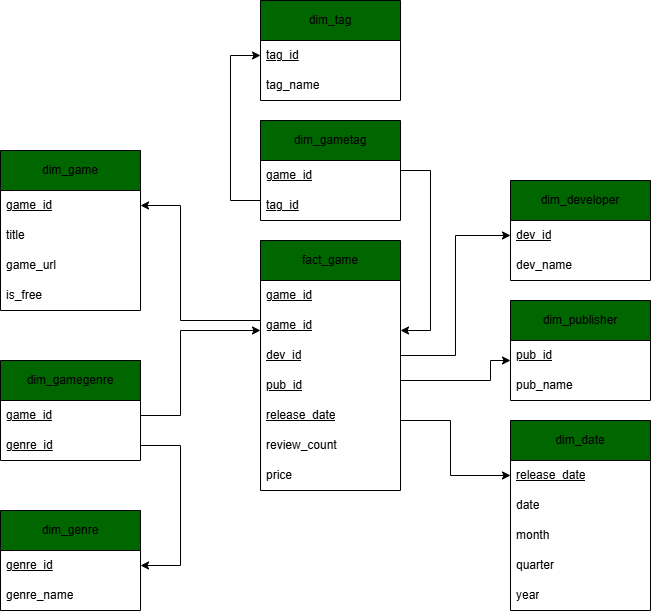
Jerannn24/Seleksi-2026-Tugas-1 keeps this draw.io diagram as Data Warehous/design/DataWarehouse.drawio.png. Above is the earlier version. Source tidied: cells renumbered, new cells last; positions are measured from the earlier drawing's top-left corner, leaving out a move shared by most shapes.
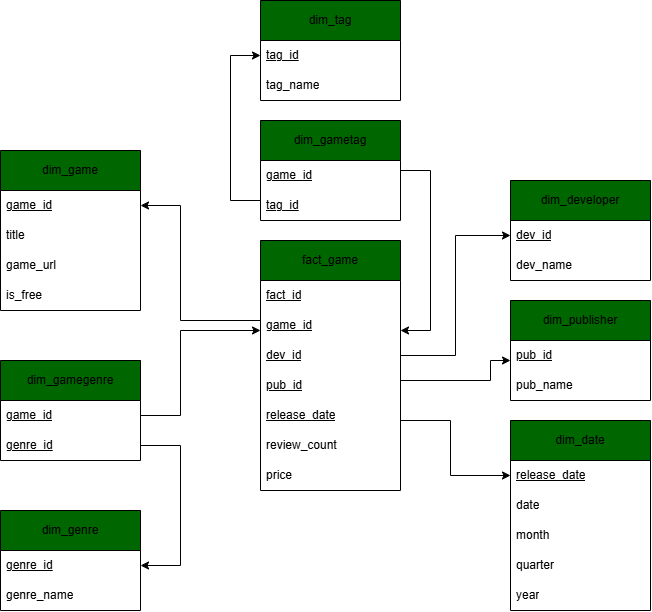
After the commit.

What changed in the source:
```diff
@@ -20,7 +20,7 @@
     <mxCell id="7" value="fact_game" style="swimlane;fontStyle=0;horizontal=1;startSize=40;whiteSpace=wrap;html=1;fillColor=light-dark(#006600,#006600);fontColor=default;" parent="1" vertex="1">
       <mxGeometry x="260" y="240" width="140" height="250" as="geometry" />
     </mxCell>
-    <mxCell id="8" value="&lt;span&gt;game_id&lt;/span&gt;" style="text;strokeColor=none;fillColor=none;align=left;verticalAlign=middle;spacingLeft=4;spacingRight=4;overflow=hidden;whiteSpace=wrap;html=1;fontStyle=4;" parent="7" vertex="1">
+    <mxCell id="8" value="&lt;span&gt;fact_id&lt;/span&gt;" style="text;strokeColor=none;fillColor=none;align=left;verticalAlign=middle;spacingLeft=4;spacingRight=4;overflow=hidden;whiteSpace=wrap;html=1;fontStyle=4;" parent="7" vertex="1">
       <mxGeometry y="40" width="140" height="30" as="geometry" />
     </mxCell>
     <mxCell id="9" value="&lt;span&gt;game_id&lt;/span&gt;" style="text;strokeColor=none;fillColor=none;align=left;verticalAlign=middle;spacingLeft=4;spacingRight=4;overflow=hidden;points=[[0,0.5],[1,0.5]];portConstraint=eastwest;whiteSpace=wrap;html=1;fontStyle=4;" parent="7" vertex="1">
```
